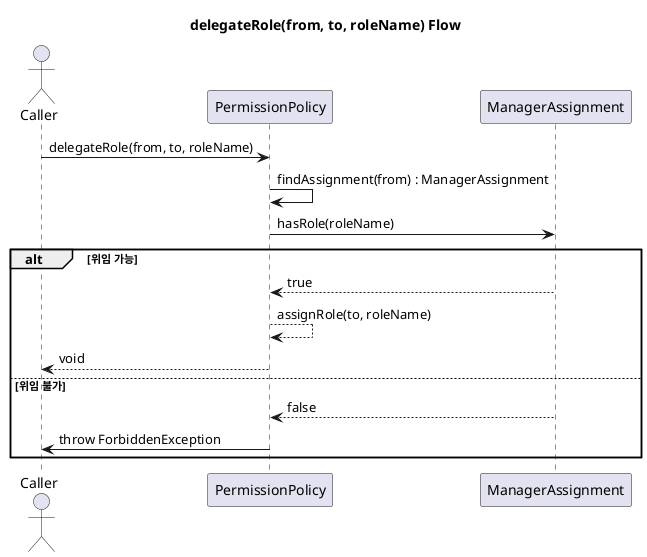
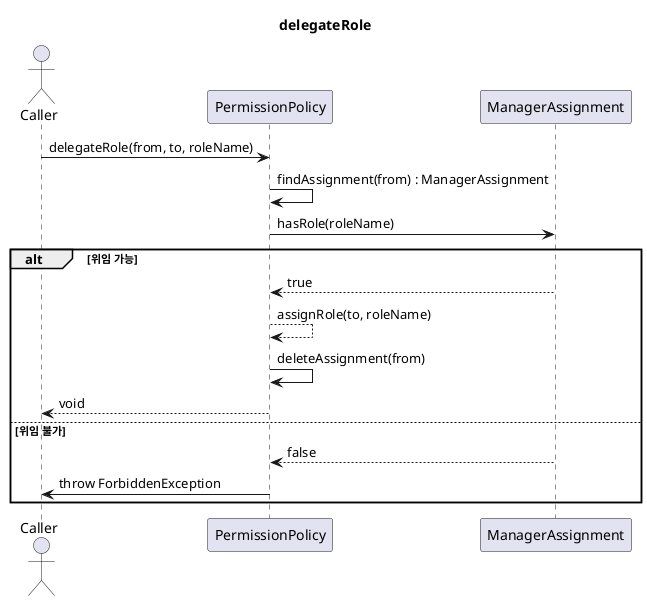
- @startuml
- title delegateRole(from, to, roleName) Flow
+ @startuml PermissionPolicy_delegateRole
+ title delegateRole

actor Caller
participant PermissionPolicy
participant ManagerAssignment

Caller -> PermissionPolicy : delegateRole(from, to, roleName)

PermissionPolicy -> PermissionPolicy : findAssignment(from) : ManagerAssignment
PermissionPolicy -> ManagerAssignment : hasRole(roleName)

alt 위임 가능
  ManagerAssignment --> PermissionPolicy : true
  PermissionPolicy --> PermissionPolicy : assignRole(to, roleName)
+   PermissionPolicy -> PermissionPolicy : deleteAssignment(from)
  PermissionPolicy --> Caller : void

else 위임 불가
  ManagerAssignment --> PermissionPolicy : false
  PermissionPolicy -> Caller : throw ForbiddenException
end
@enduml